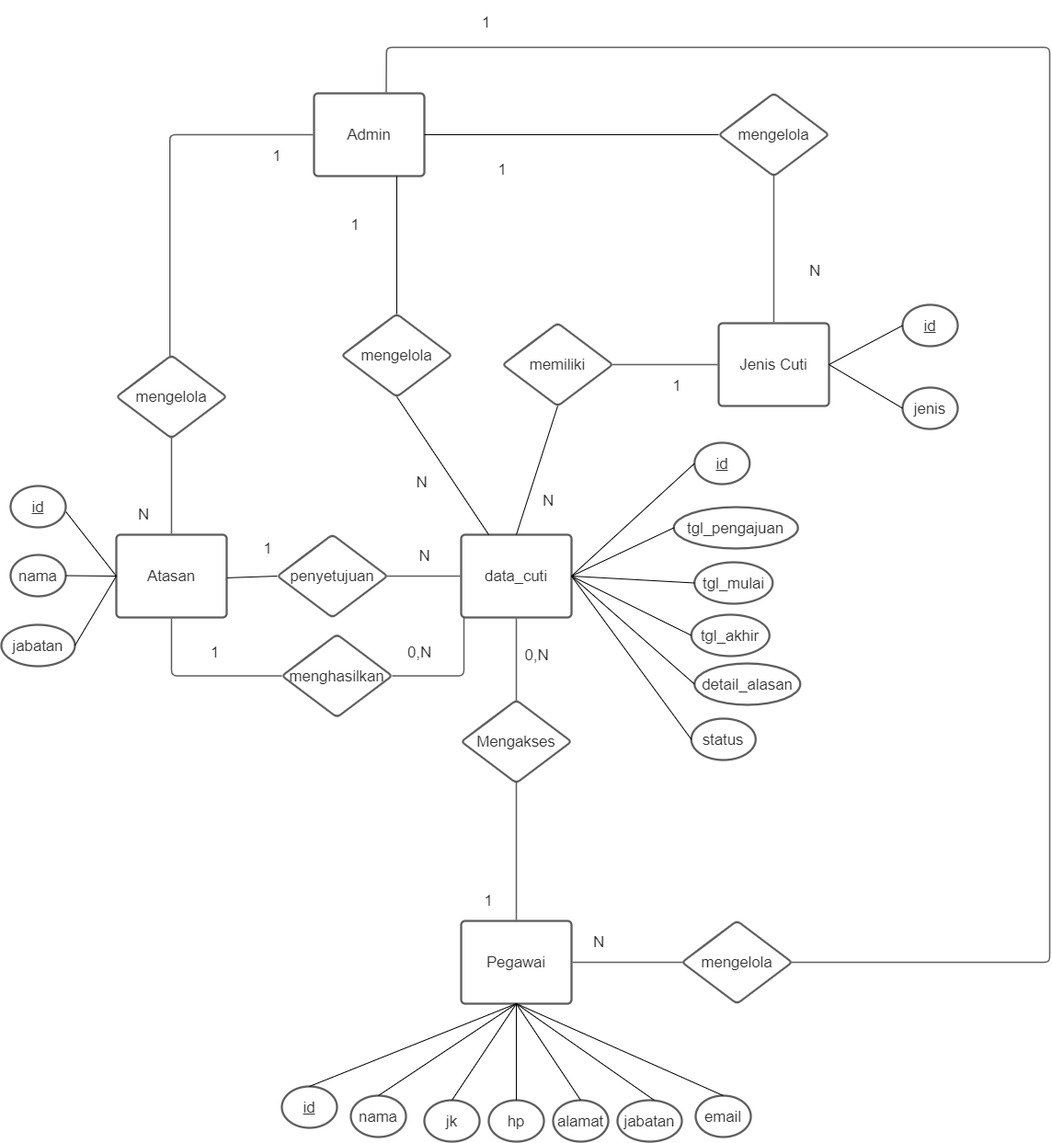
Above: Untitled Diagram.drawio.png in syahrolus/erd (draw.io), before the change. Source tidied: cells renumbered, new cells last; positions are measured from the earlier drawing's top-left corner, leaving out a move shared by most shapes.
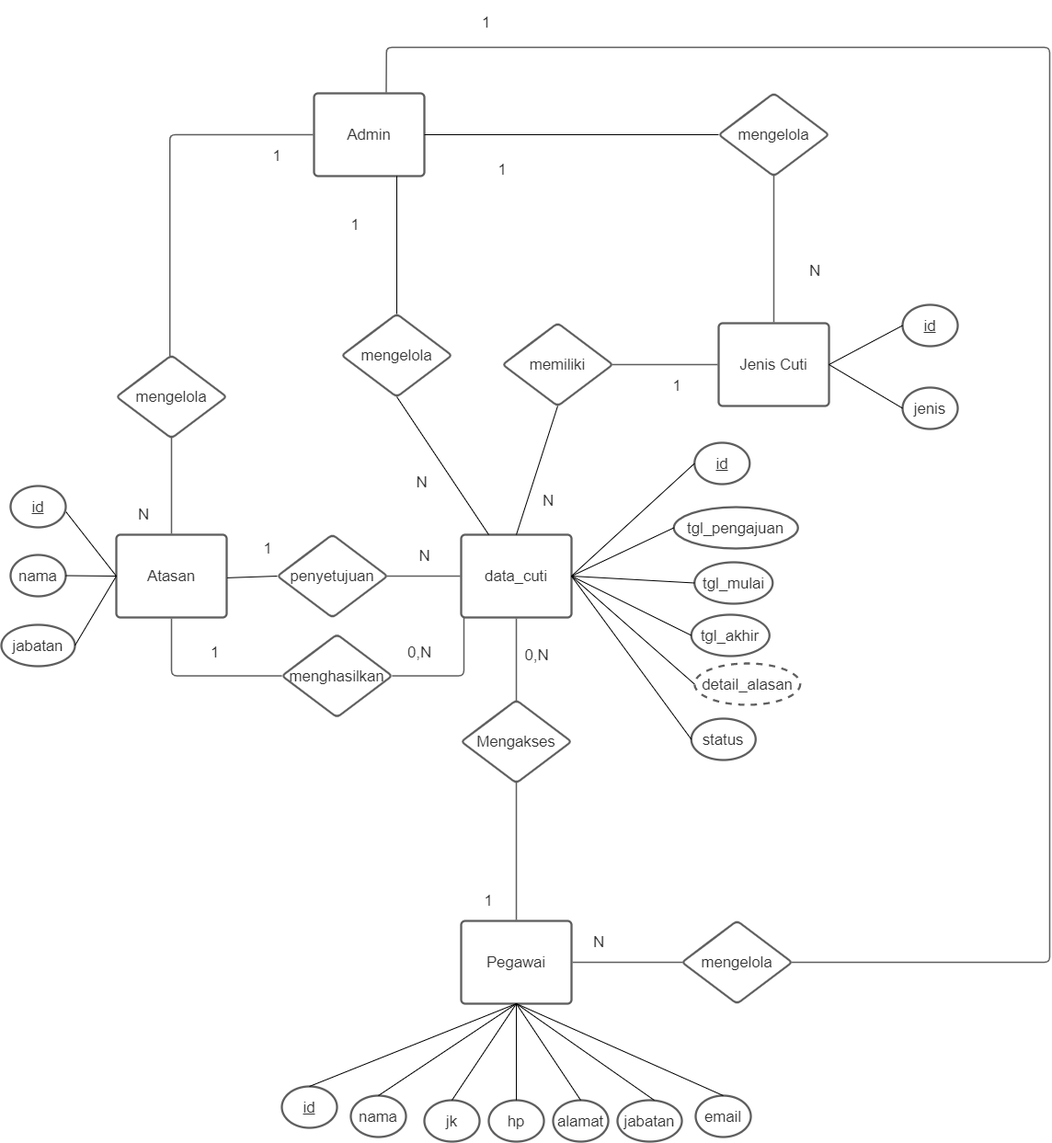
Later version of the same file.

What changed in the source:
```diff
@@ -245,7 +245,7 @@
     <mxCell id="80" style="endArrow=none;html=1;rounded=0;exitX=1;exitY=0.5;exitDx=0;exitDy=0;entryX=0;entryY=0.5;entryDx=0;entryDy=0;" parent="1" edge="1" source="5" target="78">
       <mxGeometry relative="1" as="geometry" />
     </mxCell>
-    <mxCell id="81" value="detail_alasan" style="html=1;overflow=block;blockSpacing=1;whiteSpace=wrap;ellipse;whiteSpace=wrap;fontSize=16.7;fontColor=#333333;spacing=3.8;strokeColor=#5e5e5e;strokeOpacity=100;rounded=1;absoluteArcSize=1;arcSize=9;strokeWidth=2.3;" parent="1" vertex="1">
+    <mxCell id="81" value="detail_alasan" style="html=1;overflow=block;blockSpacing=1;whiteSpace=wrap;ellipse;whiteSpace=wrap;fontSize=16.7;fontColor=#333333;spacing=3.8;strokeColor=#5e5e5e;strokeOpacity=100;rounded=1;absoluteArcSize=1;arcSize=9;strokeWidth=2.3;fillColor=default;dashed=1;" parent="1" vertex="1">
       <mxGeometry x="753.8" y="720" width="115" height="45" as="geometry" />
     </mxCell>
     <mxCell id="82" style="endArrow=none;html=1;rounded=0;exitX=1;exitY=0.5;exitDx=0;exitDy=0;entryX=0;entryY=0.5;entryDx=0;entryDy=0;" parent="1" edge="1" source="5" target="81">
```
